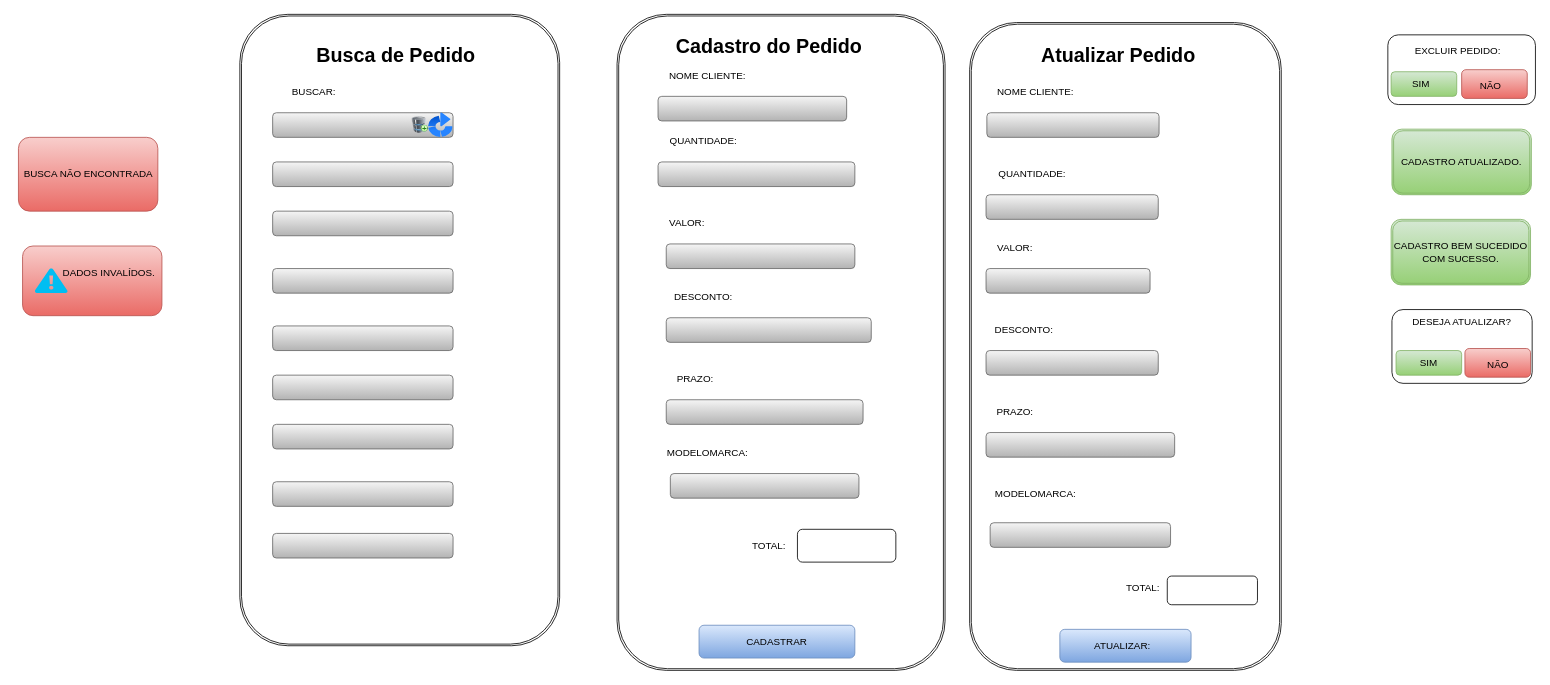
Above: page "Página-3" (3 of 6) of doc/telas.drawio in pati573022/avatarapp (draw.io), before the change. Source tidied: cells renumbered, new cells numbered last; positions are measured from the earlier drawing's top-left corner, leaving out a move shared by most shapes. Both pictures are drawn from the tidied source at 82%, with x=0, y=0 at pixel (14, 14).
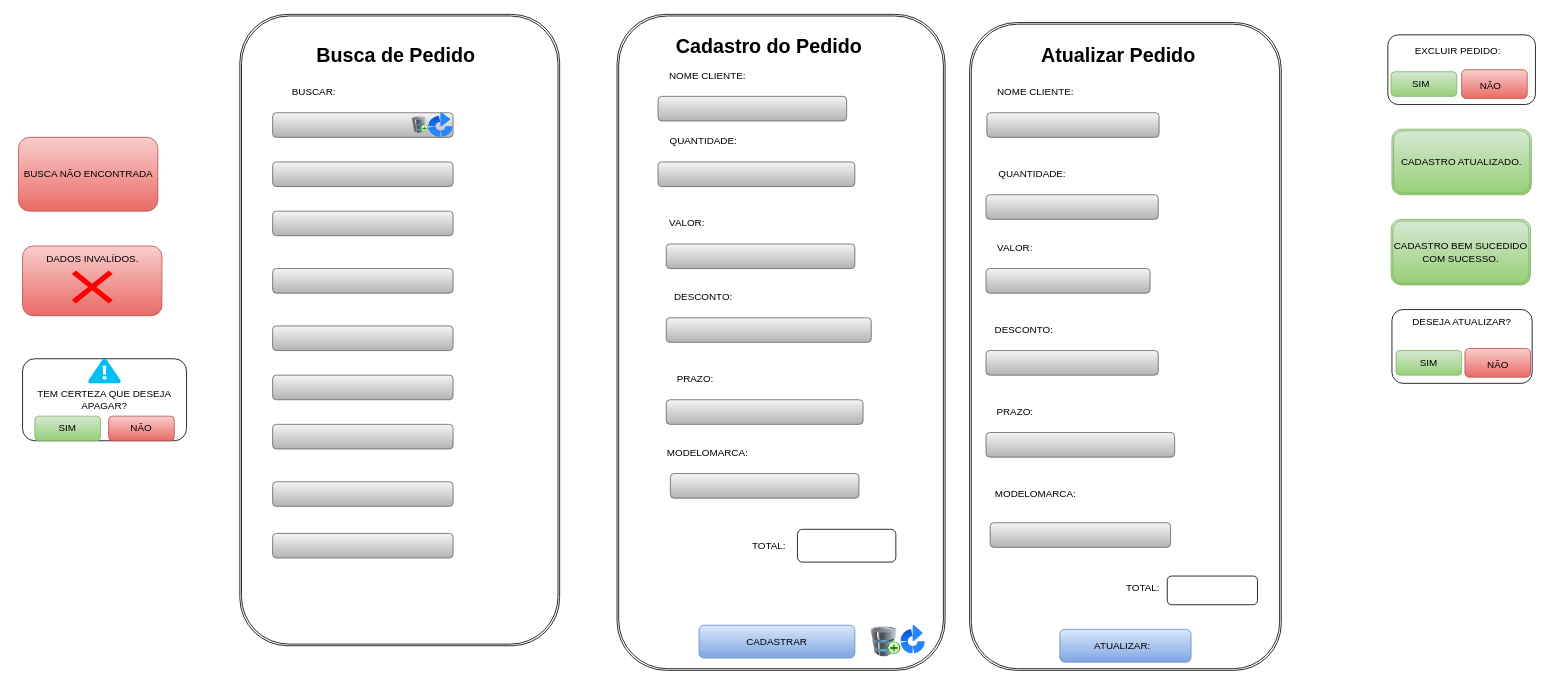
The same page after the edit.

The edit, as a diff of the source:
```diff
@@
-    <mxCell id="75" style="verticalLabelPosition=bottom;html=1;verticalAlign=top;align=center;strokeColor=none;fillColor=#00BEF2;shape=mxgraph.azure.azure_alert;" parent="1" vertex="1">
-      <mxGeometry x="25" y="310" width="40" height="30" as="geometry" />
-    </mxCell>
     <mxCell id="76" value="DADOS INVALÍDOS." style="text;html=1;align=center;verticalAlign=middle;strokeColor=none;fillColor=none;" parent="1" vertex="1">
-      <mxGeometry x="45" y="300" width="140" height="30" as="geometry" />
+      <mxGeometry x="25" y="282.5" width="140" height="30" as="geometry" />
     </mxCell>
@@
+    <mxCell id="78" value="TEM CERTEZA QUE DESEJA APAGAR?" style="rounded=1;whiteSpace=wrap;html=1;" parent="1" vertex="1">
+      <mxGeometry x="10" y="420" width="200" height="100" as="geometry" />
+    </mxCell>
+    <mxCell id="79" style="verticalLabelPosition=bottom;html=1;verticalAlign=top;align=center;strokeColor=none;fillColor=#00BEF2;shape=mxgraph.azure.azure_alert;" parent="1" vertex="1">
+      <mxGeometry x="90" y="420" width="40" height="30" as="geometry" />
+    </mxCell>
+    <mxCell id="80" value="SIM" style="rounded=1;whiteSpace=wrap;html=1;fillColor=#d5e8d4;gradientColor=#97d077;strokeColor=#82b366;" parent="1" vertex="1">
+      <mxGeometry x="25" y="490" width="80" height="30" as="geometry" />
+    </mxCell>
+    <mxCell id="81" value="NÃO" style="rounded=1;whiteSpace=wrap;html=1;fillColor=#f8cecc;gradientColor=#ea6b66;strokeColor=#b85450;" parent="1" vertex="1">
+      <mxGeometry x="115" y="490" width="80" height="30" as="geometry" />
+    </mxCell>
+    <mxCell id="82" style="image;html=1;image=img/lib/clip_art/computers/Database_Add_128x128.png;" parent="1" vertex="1">
+      <mxGeometry x="1045" y="740" width="36" height="50" as="geometry" />
+    </mxCell>
+    <mxCell id="83" style="image;html=1;image=img/lib/atlassian/Bamboo_Logo.svg;" parent="1" vertex="1">
+      <mxGeometry x="1081" y="745" width="30" height="35" as="geometry" />
+    </mxCell>
+    <mxCell id="84" style="shape=mxgraph.mockup.markup.redX;fillColor=#ff0000;html=1;shadow=0;whiteSpace=wrap;strokeColor=none;" parent="1" vertex="1">
+      <mxGeometry x="70" y="312.5" width="50" height="40" as="geometry" />
+    </mxCell>
```
